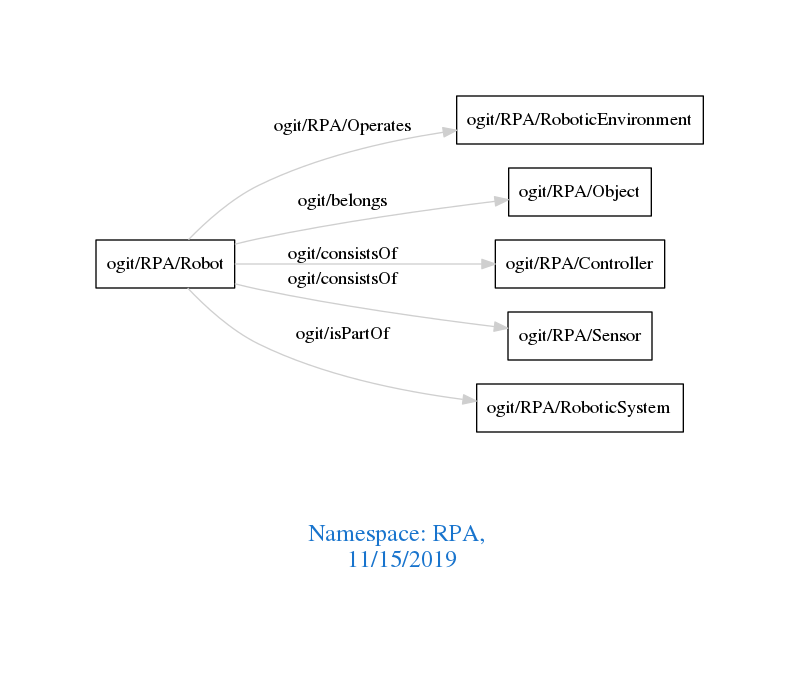
Earlier version of the Graphviz export downloads/RPA.png (arago/OGIT). Its source is kept beside it as downloads/RPA.dot. Its diagram source:
```dot
digraph OGIT_ontology {
 graph [ rankdir= LR,pad=1
fontsize = 18,
fontcolor= dodgerblue3,label = "\n\n\nNamespace: RPA, \n 11/15/2019"];
node[shape=polygon];
edge [  color="gray81"];

   "ogit/RPA/Robot" -> "ogit/RPA/RoboticEnvironment" [label="   ogit/RPA/Operates    "];
   "ogit/RPA/Robot" -> "ogit/RPA/Object" [label="   ogit/belongs    "];
   "ogit/RPA/Robot" -> "ogit/RPA/Controller" [label="   ogit/consistsOf    "];
   "ogit/RPA/Robot" -> "ogit/RPA/Sensor" [label="   ogit/consistsOf    "];
   "ogit/RPA/Robot" -> "ogit/RPA/RoboticSystem" [label="   ogit/isPartOf    "];
}
```
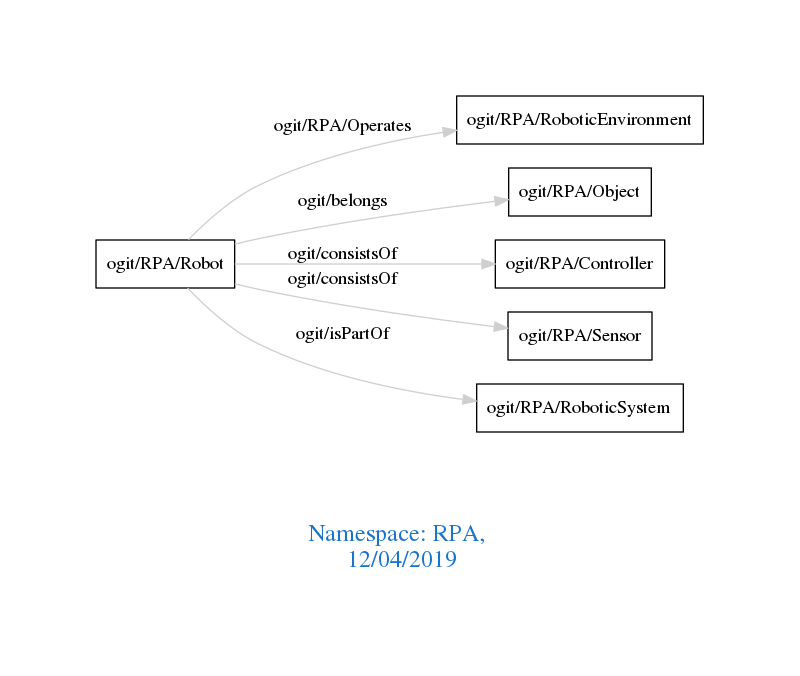
After the change.

Diff of the diagram source:
```diff
@@ -1,7 +1,7 @@
 digraph OGIT_ontology {
  graph [ rankdir= LR,pad=1
 fontsize = 18,
-fontcolor= dodgerblue3,label = "\n\n\nNamespace: RPA, \n 11/15/2019"];
+fontcolor= dodgerblue3,label = "\n\n\nNamespace: RPA, \n 12/04/2019"];
 node[shape=polygon];
 edge [  color="gray81"];
 
```
